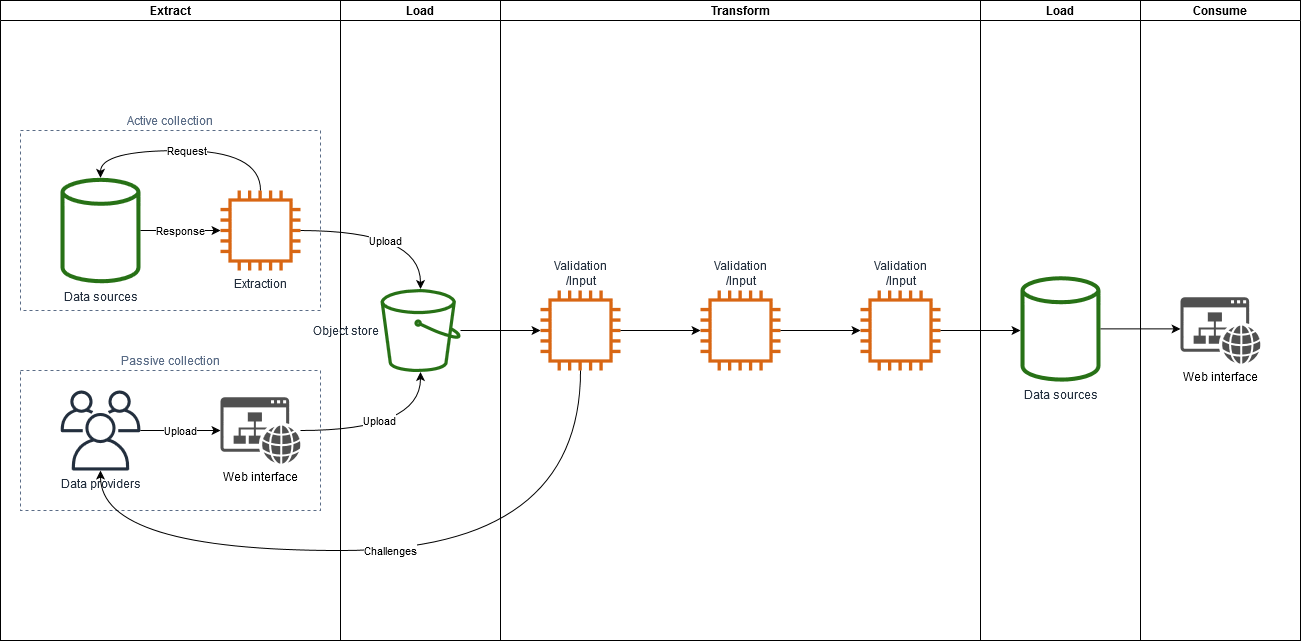
Before: OIF_diagram.png, a diagram exported from draw.io (EFT-Defra/OIF_Pipeline_-_Dashboard_Discovery). Source tidied: cells renumbered, new cells last; positions are measured from the earlier drawing's top-left corner, leaving out a move shared by most shapes.
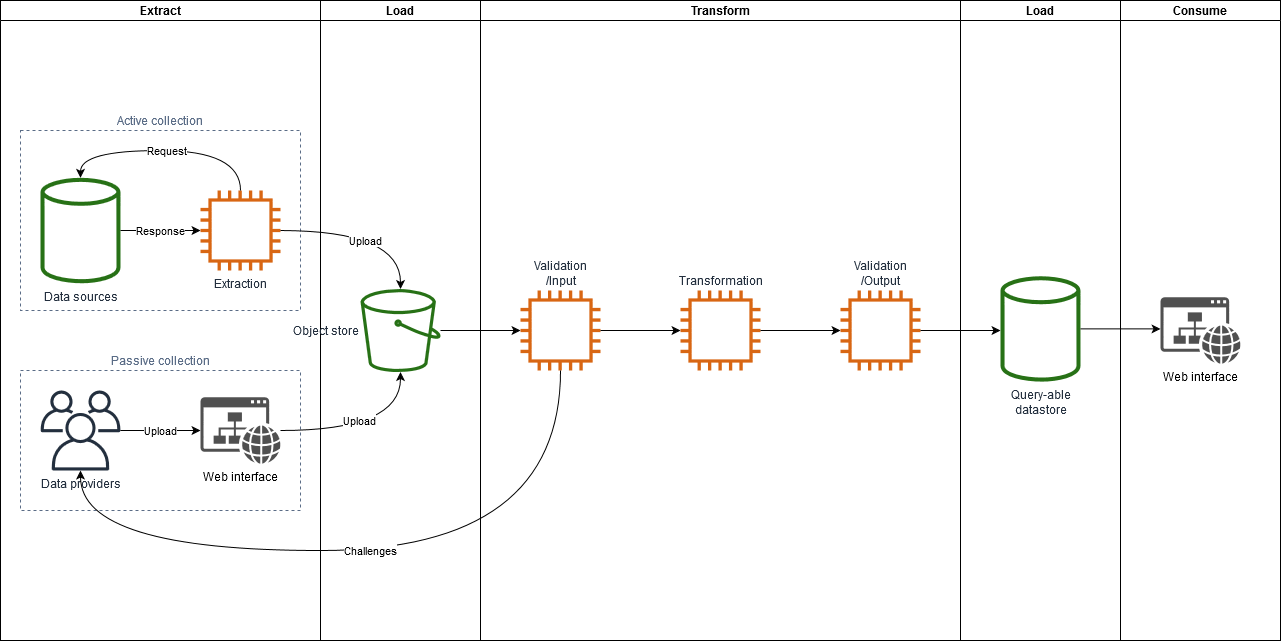
After the commit.

Change to the diagram source:
```diff
@@ -3,28 +3,28 @@
     <mxCell id="0" />
     <mxCell id="1" parent="0" />
     <mxCell id="2" value="Extract" style="swimlane;startSize=20;" parent="1" vertex="1">
-      <mxGeometry width="340" height="640" as="geometry" />
+      <mxGeometry x="20" width="320" height="640" as="geometry" />
     </mxCell>
     <mxCell id="3" value="Passive collection" style="fillColor=none;strokeColor=#5A6C86;dashed=1;verticalAlign=bottom;fontStyle=0;fontColor=#5A6C86;labelPosition=center;verticalLabelPosition=top;align=center;" parent="2" vertex="1">
-      <mxGeometry x="20" y="370" width="300" height="140" as="geometry" />
+      <mxGeometry x="20" y="370" width="280" height="140" as="geometry" />
     </mxCell>
     <mxCell id="4" value="Data providers" style="outlineConnect=0;fontColor=#232F3E;gradientColor=none;fillColor=#232F3E;strokeColor=none;dashed=0;verticalLabelPosition=bottom;verticalAlign=top;align=center;html=1;fontSize=12;fontStyle=0;shape=mxgraph.aws4.users;labelPosition=center;" parent="2" vertex="1">
-      <mxGeometry x="60" y="390" width="80" height="80" as="geometry" />
+      <mxGeometry x="40" y="390" width="80" height="80" as="geometry" />
     </mxCell>
     <mxCell id="5" value="Web interface" style="shadow=0;dashed=0;html=1;strokeColor=none;labelPosition=center;verticalLabelPosition=bottom;verticalAlign=top;outlineConnect=0;align=center;shape=mxgraph.office.concepts.website;fillColor=#505050;" parent="2" vertex="1">
-      <mxGeometry x="220" y="396.8" width="80" height="66.4" as="geometry" />
+      <mxGeometry x="200" y="396.8" width="80" height="66.4" as="geometry" />
     </mxCell>
     <mxCell id="6" value="Upload" style="edgeStyle=orthogonalEdgeStyle;curved=1;jettySize=auto;html=1;startArrow=none;startFill=0;endArrow=classic;endFill=1;" parent="2" edge="1" source="4" target="5">
       <mxGeometry relative="1" as="geometry" />
     </mxCell>
     <mxCell id="7" value="Active collection" style="fillColor=none;strokeColor=#5A6C86;dashed=1;verticalAlign=bottom;fontStyle=0;fontColor=#5A6C86;labelPosition=center;verticalLabelPosition=top;align=center;" parent="2" vertex="1">
-      <mxGeometry x="20" y="130" width="300" height="180" as="geometry" />
+      <mxGeometry x="20" y="130" width="280" height="180" as="geometry" />
     </mxCell>
     <mxCell id="8" value="Data sources" style="outlineConnect=0;fontColor=#232F3E;gradientColor=none;strokeColor=none;dashed=0;verticalLabelPosition=bottom;verticalAlign=top;align=center;html=1;fontSize=12;fontStyle=0;shape=mxgraph.aws4.generic_database;labelPosition=center;fillColor=#277116;" parent="2" vertex="1">
-      <mxGeometry x="60" y="177.1" width="80" height="105.8" as="geometry" />
+      <mxGeometry x="40" y="177.1" width="80" height="105.8" as="geometry" />
     </mxCell>
     <mxCell id="9" value="Extraction" style="outlineConnect=0;fontColor=#232F3E;gradientColor=none;fillColor=#D86613;strokeColor=none;dashed=0;verticalLabelPosition=bottom;verticalAlign=top;align=center;html=1;fontSize=12;fontStyle=0;shape=mxgraph.aws4.instance2;labelPosition=center;" parent="2" vertex="1">
-      <mxGeometry x="220" y="190" width="80" height="80" as="geometry" />
+      <mxGeometry x="200" y="190" width="80" height="80" as="geometry" />
     </mxCell>
     <mxCell id="10" value="&lt;div&gt;Response&lt;br&gt;&lt;/div&gt;" style="edgeStyle=orthogonalEdgeStyle;jettySize=auto;html=1;startArrow=none;startFill=0;curved=1;" parent="2" edge="1" source="8" target="9">
       <mxGeometry relative="1" as="geometry" />
@@ -32,8 +32,8 @@
     <mxCell id="11" value="Request" style="edgeStyle=orthogonalEdgeStyle;curved=1;jettySize=auto;html=1;startArrow=none;startFill=0;" parent="2" edge="1" source="9" target="8">
       <mxGeometry relative="1" as="geometry">
         <Array as="points">
-          <mxPoint x="260" y="150" />
-          <mxPoint x="100" y="150" />
+          <mxPoint x="240" y="150" />
+          <mxPoint x="80" y="150" />
         </Array>
       </mxGeometry>
     </mxCell>
@@ -49,19 +49,19 @@
     <mxCell id="15" value="Load" style="swimlane;startSize=20;" parent="14" vertex="1">
       <mxGeometry x="480" width="160" height="640" as="geometry" />
     </mxCell>
-    <mxCell id="16" value="Data sources" style="outlineConnect=0;fontColor=#232F3E;gradientColor=none;strokeColor=none;dashed=0;verticalLabelPosition=bottom;verticalAlign=top;align=center;html=1;fontSize=12;fontStyle=0;shape=mxgraph.aws4.generic_database;labelPosition=center;fillColor=#277116;" parent="15" vertex="1">
+    <mxCell id="16" value="&lt;div&gt;Query-able &lt;br&gt;&lt;/div&gt;&lt;div&gt;datastore &lt;/div&gt;" style="outlineConnect=0;fontColor=#232F3E;gradientColor=none;strokeColor=none;dashed=0;verticalLabelPosition=bottom;verticalAlign=top;align=center;html=1;fontSize=12;fontStyle=0;shape=mxgraph.aws4.generic_database;labelPosition=center;fillColor=#277116;" parent="15" vertex="1">
       <mxGeometry x="40" y="275.5" width="80" height="105.8" as="geometry" />
     </mxCell>
     <mxCell id="17" value="&lt;div&gt;Validation&lt;/div&gt;&lt;div&gt;/Input&lt;/div&gt;" style="outlineConnect=0;fontColor=#232F3E;gradientColor=none;fillColor=#D86613;strokeColor=none;dashed=0;verticalLabelPosition=top;verticalAlign=bottom;align=center;html=1;fontSize=12;fontStyle=0;shape=mxgraph.aws4.instance2;labelPosition=center;" parent="14" vertex="1">
       <mxGeometry x="40" y="290" width="80" height="80" as="geometry" />
     </mxCell>
-    <mxCell id="18" value="&lt;div&gt;Validation&lt;/div&gt;&lt;div&gt;/Input&lt;/div&gt;" style="outlineConnect=0;fontColor=#232F3E;gradientColor=none;fillColor=#D86613;strokeColor=none;dashed=0;verticalLabelPosition=top;verticalAlign=bottom;align=center;html=1;fontSize=12;fontStyle=0;shape=mxgraph.aws4.instance2;labelPosition=center;" parent="14" vertex="1">
+    <mxCell id="18" value="Transformation" style="outlineConnect=0;fontColor=#232F3E;gradientColor=none;fillColor=#D86613;strokeColor=none;dashed=0;verticalLabelPosition=top;verticalAlign=bottom;align=center;html=1;fontSize=12;fontStyle=0;shape=mxgraph.aws4.instance2;labelPosition=center;" parent="14" vertex="1">
       <mxGeometry x="200" y="290" width="80" height="80" as="geometry" />
     </mxCell>
     <mxCell id="19" style="edgeStyle=orthogonalEdgeStyle;rounded=0;jettySize=auto;html=1;" parent="14" edge="1" source="17" target="18">
       <mxGeometry relative="1" as="geometry" />
     </mxCell>
-    <mxCell id="20" value="&lt;div&gt;Validation&lt;/div&gt;&lt;div&gt;/Input&lt;/div&gt;" style="outlineConnect=0;fontColor=#232F3E;gradientColor=none;fillColor=#D86613;strokeColor=none;dashed=0;verticalLabelPosition=top;verticalAlign=bottom;align=center;html=1;fontSize=12;fontStyle=0;shape=mxgraph.aws4.instance2;labelPosition=center;" parent="14" vertex="1">
+    <mxCell id="20" value="&lt;div&gt;Validation&lt;/div&gt;&lt;div&gt;/Output&lt;/div&gt;" style="outlineConnect=0;fontColor=#232F3E;gradientColor=none;fillColor=#D86613;strokeColor=none;dashed=0;verticalLabelPosition=top;verticalAlign=bottom;align=center;html=1;fontSize=12;fontStyle=0;shape=mxgraph.aws4.instance2;labelPosition=center;" parent="14" vertex="1">
       <mxGeometry x="360" y="290" width="80" height="80" as="geometry" />
     </mxCell>
     <mxCell id="21" style="edgeStyle=orthogonalEdgeStyle;rounded=0;jettySize=auto;html=1;" parent="14" edge="1" source="18" target="20">
```
